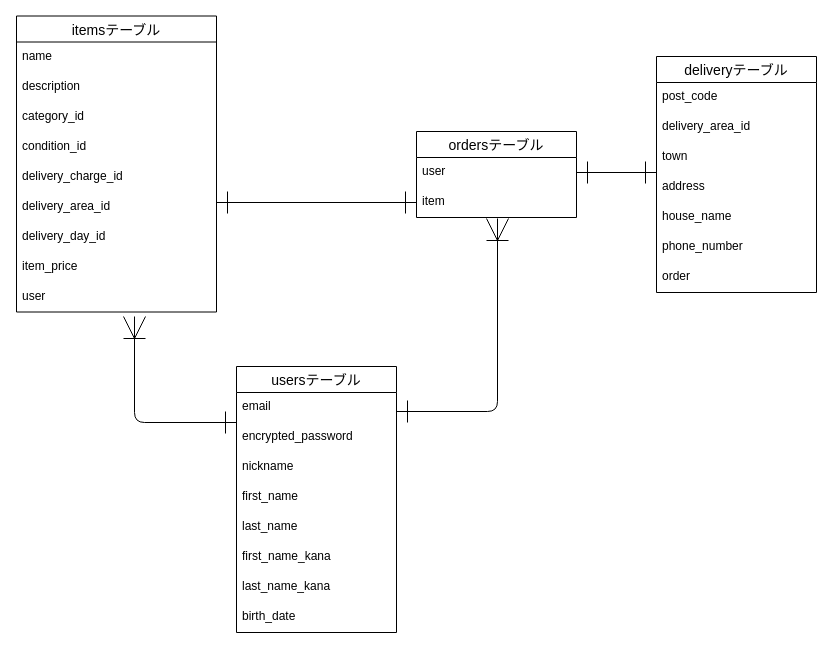
The draw.io diagram furima.dio in rinooooo/furima-38253, before the edit. Source tidied: cells renumbered, new cells numbered last; positions are measured from the earlier drawing's top-left corner, leaving out a move shared by most shapes. Both pictures are drawn from the tidied source at 100%, with x=0, y=0 at pixel (16, 16).
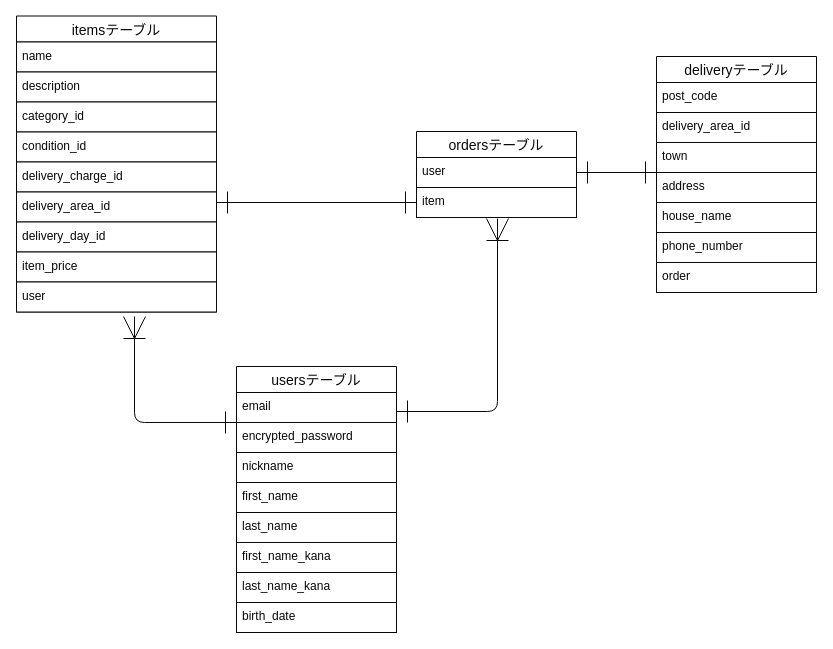
Above is the later version.

What changed in the source:
```diff
@@
-<mxGraphModel>
+<mxGraphModel background="#FFFFFF">
@@
-    <mxCell id="2" value="ordersテーブル" style="swimlane;fontStyle=0;horizontal=1;startSize=26;align=center;fontSize=14;" parent="1" vertex="1">
+    <mxCell id="2" value="ordersテーブル" style="swimlane;fontStyle=0;horizontal=1;startSize=26;align=center;fontSize=14;strokeColor=#080808;fillColor=#FFFFFF;labelBackgroundColor=none;fontColor=#080808;" parent="1" vertex="1">
       <mxGeometry x="400" y="115" width="160" height="86" as="geometry" />
     </mxCell>
-    <mxCell id="3" value="user" style="text;strokeColor=none;fillColor=none;spacingLeft=4;spacingRight=4;overflow=hidden;points=[[0,0.5],[1,0.5]];portConstraint=eastwest;fontSize=12;" parent="2" vertex="1">
+    <mxCell id="3" value="user" style="text;strokeColor=#080808;fillColor=#FFFFFF;spacingLeft=4;spacingRight=4;overflow=hidden;points=[[0,0.5],[1,0.5]];portConstraint=eastwest;fontSize=12;labelBackgroundColor=none;fontColor=#080808;" parent="2" vertex="1">
       <mxGeometry y="26" width="160" height="30" as="geometry" />
     </mxCell>
-    <mxCell id="4" value="item" style="text;strokeColor=none;fillColor=none;spacingLeft=4;spacingRight=4;overflow=hidden;points=[[0,0.5],[1,0.5]];portConstraint=eastwest;fontSize=12;" parent="2" vertex="1">
+    <mxCell id="4" value="item" style="text;strokeColor=#080808;fillColor=#FFFFFF;spacingLeft=4;spacingRight=4;overflow=hidden;points=[[0,0.5],[1,0.5]];portConstraint=eastwest;fontSize=12;labelBackgroundColor=none;fontColor=#080808;" parent="2" vertex="1">
       <mxGeometry y="56" width="160" height="30" as="geometry" />
     </mxCell>
-    <mxCell id="5" style="edgeStyle=none;html=1;exitX=1;exitY=0.5;exitDx=0;exitDy=0;entryX=0;entryY=0.5;entryDx=0;entryDy=0;endArrow=ERone;endFill=0;startArrow=ERone;startFill=0;strokeWidth=1;endSize=20;startSize=20;" parent="1" edge="1" target="4">
+    <mxCell id="5" style="edgeStyle=none;html=1;exitX=1;exitY=0.5;exitDx=0;exitDy=0;entryX=0;entryY=0.5;entryDx=0;entryDy=0;endArrow=ERone;endFill=0;startArrow=ERone;startFill=0;strokeWidth=1;endSize=20;startSize=20;strokeColor=#080808;fillColor=#FFFFFF;labelBackgroundColor=none;fontColor=#080808;" parent="1" edge="1" target="4">
       <mxGeometry relative="1" as="geometry">
         <mxPoint x="200" y="186" as="sourcePoint" />
       </mxGeometry>
     </mxCell>
-    <mxCell id="6" style="edgeStyle=elbowEdgeStyle;html=1;startArrow=ERone;startFill=0;endArrow=ERoneToMany;endFill=0;startSize=20;endSize=20;strokeWidth=1;" parent="1" edge="1">
+    <mxCell id="6" style="edgeStyle=elbowEdgeStyle;html=1;startArrow=ERone;startFill=0;endArrow=ERoneToMany;endFill=0;startSize=20;endSize=20;strokeWidth=1;strokeColor=#080808;fillColor=#FFFFFF;labelBackgroundColor=none;fontColor=#080808;" parent="1" edge="1">
       <mxGeometry relative="1" as="geometry">
         <mxPoint x="220" y="406" as="sourcePoint" />
         <mxPoint x="118" y="300" as="targetPoint" />
         <Array as="points">
           <mxPoint x="118" y="335" />
         </Array>
       </mxGeometry>
     </mxCell>
-    <mxCell id="7" style="edgeStyle=elbowEdgeStyle;html=1;exitX=1;exitY=0.5;exitDx=0;exitDy=0;startArrow=ERone;startFill=0;endArrow=ERoneToMany;endFill=0;startSize=20;endSize=20;strokeWidth=1;" parent="1" edge="1">
+    <mxCell id="7" style="edgeStyle=elbowEdgeStyle;html=1;exitX=1;exitY=0.5;exitDx=0;exitDy=0;startArrow=ERone;startFill=0;endArrow=ERoneToMany;endFill=0;startSize=20;endSize=20;strokeWidth=1;strokeColor=#080808;fillColor=#FFFFFF;labelBackgroundColor=none;fontColor=#080808;" parent="1" edge="1">
       <mxGeometry relative="1" as="geometry">
         <mxPoint x="380" y="395" as="sourcePoint" />
         <mxPoint x="481" y="202" as="targetPoint" />
         <Array as="points">
           <mxPoint x="481" y="325" />
         </Array>
       </mxGeometry>
     </mxCell>
-    <mxCell id="8" style="edgeStyle=none;html=1;exitX=1;exitY=0.5;exitDx=0;exitDy=0;startArrow=ERone;startFill=0;endArrow=ERone;endFill=0;startSize=20;endSize=20;" parent="1" edge="1" source="3">
+    <mxCell id="8" style="edgeStyle=none;html=1;exitX=1;exitY=0.5;exitDx=0;exitDy=0;startArrow=ERone;startFill=0;endArrow=ERone;endFill=0;startSize=20;endSize=20;strokeColor=#080808;fillColor=#FFFFFF;labelBackgroundColor=none;fontColor=#080808;" parent="1" edge="1" source="3">
       <mxGeometry relative="1" as="geometry">
         <mxPoint x="640" y="156" as="targetPoint" />
       </mxGeometry>
     </mxCell>
-    <mxCell id="9" value="usersテーブル" style="swimlane;fontStyle=0;horizontal=1;startSize=26;align=center;fontSize=14;" parent="1" vertex="1">
+    <mxCell id="9" value="usersテーブル" style="swimlane;fontStyle=0;horizontal=1;startSize=26;align=center;fontSize=14;strokeColor=#080808;fillColor=#FFFFFF;labelBackgroundColor=none;fontColor=#080808;" parent="1" vertex="1">
       <mxGeometry x="220" y="350" width="160" height="266" as="geometry" />
     </mxCell>
-    <mxCell id="10" value="email" style="text;strokeColor=none;fillColor=none;spacingLeft=4;spacingRight=4;overflow=hidden;fontSize=12;" parent="9" vertex="1">
+    <mxCell id="10" value="email" style="text;strokeColor=#080808;fillColor=#FFFFFF;spacingLeft=4;spacingRight=4;overflow=hidden;fontSize=12;labelBackgroundColor=none;fontColor=#080808;" parent="9" vertex="1">
       <mxGeometry y="26" width="160" height="30" as="geometry" />
     </mxCell>
-    <mxCell id="11" value="encrypted_password" style="text;strokeColor=none;fillColor=none;spacingLeft=4;spacingRight=4;overflow=hidden;fontSize=12;" parent="9" vertex="1">
+    <mxCell id="11" value="encrypted_password" style="text;strokeColor=#080808;fillColor=#FFFFFF;spacingLeft=4;spacingRight=4;overflow=hidden;fontSize=12;labelBackgroundColor=none;fontColor=#080808;" parent="9" vertex="1">
       <mxGeometry y="56" width="160" height="30" as="geometry" />
     </mxCell>
-    <mxCell id="12" value="nickname" style="text;strokeColor=none;fillColor=none;spacingLeft=4;spacingRight=4;overflow=hidden;fontSize=12;" parent="9" vertex="1">
+    <mxCell id="12" value="nickname" style="text;strokeColor=#080808;fillColor=#FFFFFF;spacingLeft=4;spacingRight=4;overflow=hidden;fontSize=12;labelBackgroundColor=none;fontColor=#080808;" parent="9" vertex="1">
       <mxGeometry y="86" width="160" height="30" as="geometry" />
     </mxCell>
-    <mxCell id="13" value="first_name" style="text;strokeColor=none;fillColor=none;spacingLeft=4;spacingRight=4;overflow=hidden;fontSize=12;" parent="9" vertex="1">
+    <mxCell id="13" value="first_name" style="text;strokeColor=#080808;fillColor=#FFFFFF;spacingLeft=4;spacingRight=4;overflow=hidden;fontSize=12;labelBackgroundColor=none;fontColor=#080808;" parent="9" vertex="1">
       <mxGeometry y="116" width="160" height="30" as="geometry" />
     </mxCell>
-    <mxCell id="14" value="last_name" style="text;strokeColor=none;fillColor=none;spacingLeft=4;spacingRight=4;overflow=hidden;fontSize=12;" parent="9" vertex="1">
+    <mxCell id="14" value="last_name" style="text;strokeColor=#080808;fillColor=#FFFFFF;spacingLeft=4;spacingRight=4;overflow=hidden;fontSize=12;labelBackgroundColor=none;fontColor=#080808;" parent="9" vertex="1">
       <mxGeometry y="146" width="160" height="30" as="geometry" />
     </mxCell>
-    <mxCell id="15" value="first_name_kana" style="text;strokeColor=none;fillColor=none;spacingLeft=4;spacingRight=4;overflow=hidden;fontSize=12;" parent="9" vertex="1">
+    <mxCell id="15" value="first_name_kana" style="text;strokeColor=#080808;fillColor=#FFFFFF;spacingLeft=4;spacingRight=4;overflow=hidden;fontSize=12;labelBackgroundColor=none;fontColor=#080808;" parent="9" vertex="1">
       <mxGeometry y="176" width="160" height="30" as="geometry" />
     </mxCell>
-    <mxCell id="16" value="last_name_kana" style="text;strokeColor=none;fillColor=none;spacingLeft=4;spacingRight=4;overflow=hidden;fontSize=12;" parent="9" vertex="1">
+    <mxCell id="16" value="last_name_kana" style="text;strokeColor=#080808;fillColor=#FFFFFF;spacingLeft=4;spacingRight=4;overflow=hidden;fontSize=12;labelBackgroundColor=none;fontColor=#080808;" parent="9" vertex="1">
       <mxGeometry y="206" width="160" height="30" as="geometry" />
     </mxCell>
-    <mxCell id="17" value="birth_date" style="text;strokeColor=none;fillColor=none;spacingLeft=4;spacingRight=4;overflow=hidden;fontSize=12;" parent="9" vertex="1">
+    <mxCell id="17" value="birth_date" style="text;strokeColor=#080808;fillColor=#FFFFFF;spacingLeft=4;spacingRight=4;overflow=hidden;fontSize=12;labelBackgroundColor=none;fontColor=#080808;" parent="9" vertex="1">
       <mxGeometry y="236" width="160" height="30" as="geometry" />
     </mxCell>
-    <mxCell id="18" value="itemsテーブル" style="swimlane;fontStyle=0;horizontal=1;startSize=26;align=center;fontSize=14;" parent="1" vertex="1">
+    <mxCell id="18" value="itemsテーブル" style="swimlane;fontStyle=0;horizontal=1;startSize=26;align=center;fontSize=14;strokeColor=#080808;fillColor=#FFFFFF;labelBackgroundColor=none;fontColor=#080808;" parent="1" vertex="1">
       <mxGeometry y="-0.5" width="200" height="296" as="geometry" />
     </mxCell>
-    <mxCell id="19" value="name" style="text;strokeColor=none;fillColor=none;spacingLeft=4;spacingRight=4;overflow=hidden;fontSize=12;" parent="18" vertex="1">
+    <mxCell id="19" value="name" style="text;strokeColor=#080808;fillColor=#FFFFFF;spacingLeft=4;spacingRight=4;overflow=hidden;fontSize=12;labelBackgroundColor=none;fontColor=#080808;" parent="18" vertex="1">
       <mxGeometry y="26" width="200" height="30" as="geometry" />
     </mxCell>
-    <mxCell id="20" value="description" style="text;strokeColor=none;fillColor=none;spacingLeft=4;spacingRight=4;overflow=hidden;fontSize=12;" parent="18" vertex="1">
+    <mxCell id="20" value="description" style="text;strokeColor=#080808;fillColor=#FFFFFF;spacingLeft=4;spacingRight=4;overflow=hidden;fontSize=12;labelBackgroundColor=none;fontColor=#080808;" parent="18" vertex="1">
       <mxGeometry y="56" width="200" height="30" as="geometry" />
     </mxCell>
-    <mxCell id="21" value="category_id" style="text;strokeColor=none;fillColor=none;spacingLeft=4;spacingRight=4;overflow=hidden;fontSize=12;" parent="18" vertex="1">
+    <mxCell id="21" value="category_id" style="text;strokeColor=#080808;fillColor=#FFFFFF;spacingLeft=4;spacingRight=4;overflow=hidden;fontSize=12;labelBackgroundColor=none;fontColor=#080808;" parent="18" vertex="1">
       <mxGeometry y="86" width="200" height="30" as="geometry" />
     </mxCell>
-    <mxCell id="22" value="condition_id" style="text;strokeColor=none;fillColor=none;spacingLeft=4;spacingRight=4;overflow=hidden;fontSize=12;" parent="18" vertex="1">
+    <mxCell id="22" value="condition_id" style="text;strokeColor=#080808;fillColor=#FFFFFF;spacingLeft=4;spacingRight=4;overflow=hidden;fontSize=12;labelBackgroundColor=none;fontColor=#080808;" parent="18" vertex="1">
       <mxGeometry y="116" width="200" height="30" as="geometry" />
     </mxCell>
-    <mxCell id="23" value="delivery_charge_id" style="text;strokeColor=none;fillColor=none;spacingLeft=4;spacingRight=4;overflow=hidden;fontSize=12;" parent="18" vertex="1">
+    <mxCell id="23" value="delivery_charge_id" style="text;strokeColor=#080808;fillColor=#FFFFFF;spacingLeft=4;spacingRight=4;overflow=hidden;fontSize=12;labelBackgroundColor=none;fontColor=#080808;" parent="18" vertex="1">
       <mxGeometry y="146" width="200" height="30" as="geometry" />
     </mxCell>
-    <mxCell id="24" value="delivery_area_id" style="text;strokeColor=none;fillColor=none;spacingLeft=4;spacingRight=4;overflow=hidden;fontSize=12;" parent="18" vertex="1">
+    <mxCell id="24" value="delivery_area_id" style="text;strokeColor=#080808;fillColor=#FFFFFF;spacingLeft=4;spacingRight=4;overflow=hidden;fontSize=12;labelBackgroundColor=none;fontColor=#080808;" parent="18" vertex="1">
       <mxGeometry y="176" width="200" height="30" as="geometry" />
     </mxCell>
-    <mxCell id="25" value="delivery_day_id" style="text;strokeColor=none;fillColor=none;spacingLeft=4;spacingRight=4;overflow=hidden;fontSize=12;" parent="18" vertex="1">
+    <mxCell id="25" value="delivery_day_id" style="text;strokeColor=#080808;fillColor=#FFFFFF;spacingLeft=4;spacingRight=4;overflow=hidden;fontSize=12;labelBackgroundColor=none;fontColor=#080808;" parent="18" vertex="1">
       <mxGeometry y="206" width="200" height="30" as="geometry" />
     </mxCell>
-    <mxCell id="26" value="item_price" style="text;strokeColor=none;fillColor=none;spacingLeft=4;spacingRight=4;overflow=hidden;fontSize=12;" parent="18" vertex="1">
+    <mxCell id="26" value="item_price" style="text;strokeColor=#080808;fillColor=#FFFFFF;spacingLeft=4;spacingRight=4;overflow=hidden;fontSize=12;labelBackgroundColor=none;fontColor=#080808;" parent="18" vertex="1">
       <mxGeometry y="236" width="200" height="30" as="geometry" />
     </mxCell>
-    <mxCell id="27" value="user" style="text;strokeColor=none;fillColor=none;spacingLeft=4;spacingRight=4;overflow=hidden;fontSize=12;" parent="18" vertex="1">
+    <mxCell id="27" value="user" style="text;strokeColor=#080808;fillColor=#FFFFFF;spacingLeft=4;spacingRight=4;overflow=hidden;fontSize=12;labelBackgroundColor=none;fontColor=#080808;" parent="18" vertex="1">
       <mxGeometry y="266" width="200" height="30" as="geometry" />
     </mxCell>
-    <mxCell id="28" value="deliveryテーブル" style="swimlane;fontStyle=0;horizontal=1;startSize=26;align=center;fontSize=14;" parent="1" vertex="1">
+    <mxCell id="28" value="deliveryテーブル" style="swimlane;fontStyle=0;horizontal=1;startSize=26;align=center;fontSize=14;strokeColor=#080808;fillColor=#FFFFFF;labelBackgroundColor=none;fontColor=#080808;" parent="1" vertex="1">
       <mxGeometry x="640" y="40" width="160" height="236" as="geometry" />
     </mxCell>
-    <mxCell id="29" value="post_code" style="text;strokeColor=none;fillColor=none;spacingLeft=4;spacingRight=4;overflow=hidden;fontSize=12;" parent="28" vertex="1">
+    <mxCell id="29" value="post_code" style="text;strokeColor=#080808;fillColor=#FFFFFF;spacingLeft=4;spacingRight=4;overflow=hidden;fontSize=12;labelBackgroundColor=none;fontColor=#080808;" parent="28" vertex="1">
       <mxGeometry y="26" width="160" height="30" as="geometry" />
     </mxCell>
-    <mxCell id="30" value="delivery_area_id" style="text;strokeColor=none;fillColor=none;spacingLeft=4;spacingRight=4;overflow=hidden;fontSize=12;" parent="28" vertex="1">
+    <mxCell id="30" value="delivery_area_id" style="text;strokeColor=#080808;fillColor=#FFFFFF;spacingLeft=4;spacingRight=4;overflow=hidden;fontSize=12;labelBackgroundColor=none;fontColor=#080808;" parent="28" vertex="1">
       <mxGeometry y="56" width="160" height="30" as="geometry" />
     </mxCell>
-    <mxCell id="31" value="town" style="text;strokeColor=none;fillColor=none;spacingLeft=4;spacingRight=4;overflow=hidden;fontSize=12;" parent="28" vertex="1">
+    <mxCell id="31" value="town" style="text;strokeColor=#080808;fillColor=#FFFFFF;spacingLeft=4;spacingRight=4;overflow=hidden;fontSize=12;labelBackgroundColor=none;fontColor=#080808;" parent="28" vertex="1">
       <mxGeometry y="86" width="160" height="30" as="geometry" />
     </mxCell>
-    <mxCell id="32" value="address" style="text;strokeColor=none;fillColor=none;spacingLeft=4;spacingRight=4;overflow=hidden;fontSize=12;" parent="28" vertex="1">
+    <mxCell id="32" value="address" style="text;strokeColor=#080808;fillColor=#FFFFFF;spacingLeft=4;spacingRight=4;overflow=hidden;fontSize=12;labelBackgroundColor=none;fontColor=#080808;" parent="28" vertex="1">
       <mxGeometry y="116" width="160" height="30" as="geometry" />
     </mxCell>
-    <mxCell id="33" value="house_name" style="text;strokeColor=none;fillColor=none;spacingLeft=4;spacingRight=4;overflow=hidden;fontSize=12;" parent="28" vertex="1">
+    <mxCell id="33" value="house_name" style="text;strokeColor=#080808;fillColor=#FFFFFF;spacingLeft=4;spacingRight=4;overflow=hidden;fontSize=12;labelBackgroundColor=none;fontColor=#080808;" parent="28" vertex="1">
       <mxGeometry y="146" width="160" height="30" as="geometry" />
     </mxCell>
-    <mxCell id="34" value="phone_number" style="text;strokeColor=none;fillColor=none;spacingLeft=4;spacingRight=4;overflow=hidden;fontSize=12;" parent="28" vertex="1">
+    <mxCell id="34" value="phone_number" style="text;strokeColor=#080808;fillColor=#FFFFFF;spacingLeft=4;spacingRight=4;overflow=hidden;fontSize=12;labelBackgroundColor=none;fontColor=#080808;" parent="28" vertex="1">
       <mxGeometry y="176" width="160" height="30" as="geometry" />
     </mxCell>
-    <mxCell id="35" value="order" style="text;strokeColor=none;fillColor=none;spacingLeft=4;spacingRight=4;overflow=hidden;fontSize=12;" parent="28" vertex="1">
+    <mxCell id="35" value="order" style="text;strokeColor=#080808;fillColor=#FFFFFF;spacingLeft=4;spacingRight=4;overflow=hidden;fontSize=12;labelBackgroundColor=none;fontColor=#080808;" parent="28" vertex="1">
       <mxGeometry y="206" width="160" height="30" as="geometry" />
     </mxCell>
```
